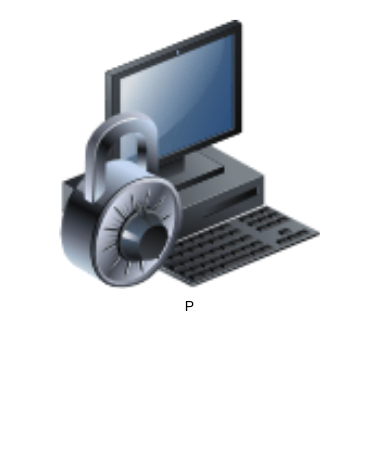
Above: software arch 0114.drawio in lariadeoliveira/softwarearch01114 (draw.io), before the change. Source tidied: cells renumbered, new cells numbered last; positions are measured from the earlier drawing's top-left corner, leaving out a move shared by most shapes. Both pictures are drawn from the tidied source at 117%, with x=0, y=0 at pixel (20, 20).
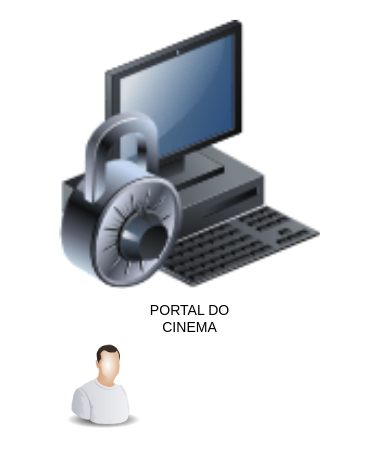
The same page after the edit.

What changed in the source:
```diff
@@
 <mxGraphModel>
   <root>
     <mxCell id="0" />
     <mxCell id="1" parent="0" />
     <mxCell id="2" style="image;html=1;image=img/lib/clip_art/computers/Secure_System_128x128.png;fontStyle=0;" parent="1" vertex="1">
       <mxGeometry width="290" height="230" as="geometry" />
     </mxCell>
-    <mxCell id="3" value="P" style="text;strokeColor=none;align=center;fillColor=none;html=1;verticalAlign=middle;whiteSpace=wrap;rounded=0;" parent="1" vertex="1">
-      <mxGeometry x="115" y="230" width="60" height="30" as="geometry" />
+    <mxCell id="3" value="PORTAL DO CINEMA" style="text;strokeColor=none;align=center;fillColor=none;html=1;verticalAlign=middle;whiteSpace=wrap;rounded=0;" parent="1" vertex="1">
+      <mxGeometry x="97" y="240" width="96" height="30" as="geometry" />
     </mxCell>
+    <mxCell id="4" style="image;html=1;image=img/lib/clip_art/people/Worker_Man_128x128.png;" parent="1" vertex="1">
+      <mxGeometry x="31" y="270" width="80" height="80" as="geometry" />
+    </mxCell>
   </root>
 </mxGraphModel>
```
